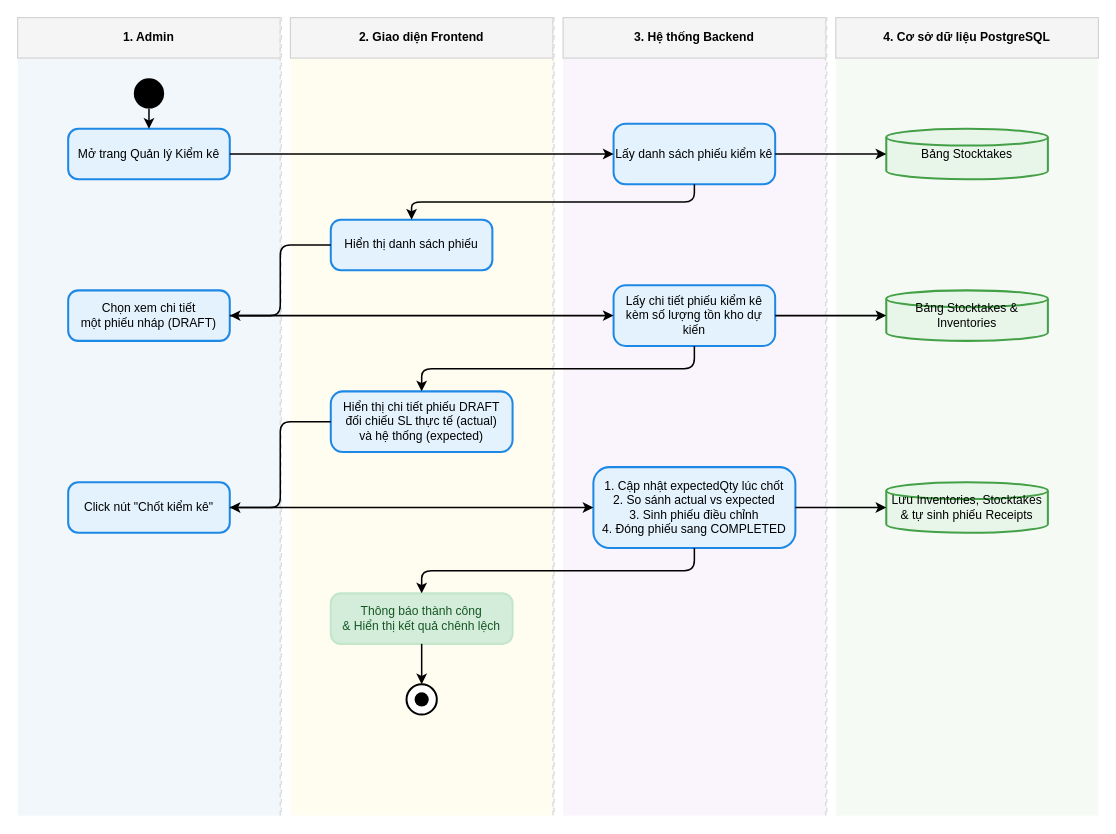
The draw.io diagram diagrams/admin/chuc_nang_kiem_ke_kho_admin.drawio in Nghiatv2006/KhoHang, before the edit. Source tidied: cells renumbered, new cells numbered last; positions are measured from the earlier drawing's top-left corner, leaving out a move shared by most shapes. Both pictures are drawn from the tidied source at 101%, with x=0, y=0 at pixel (17, 17).
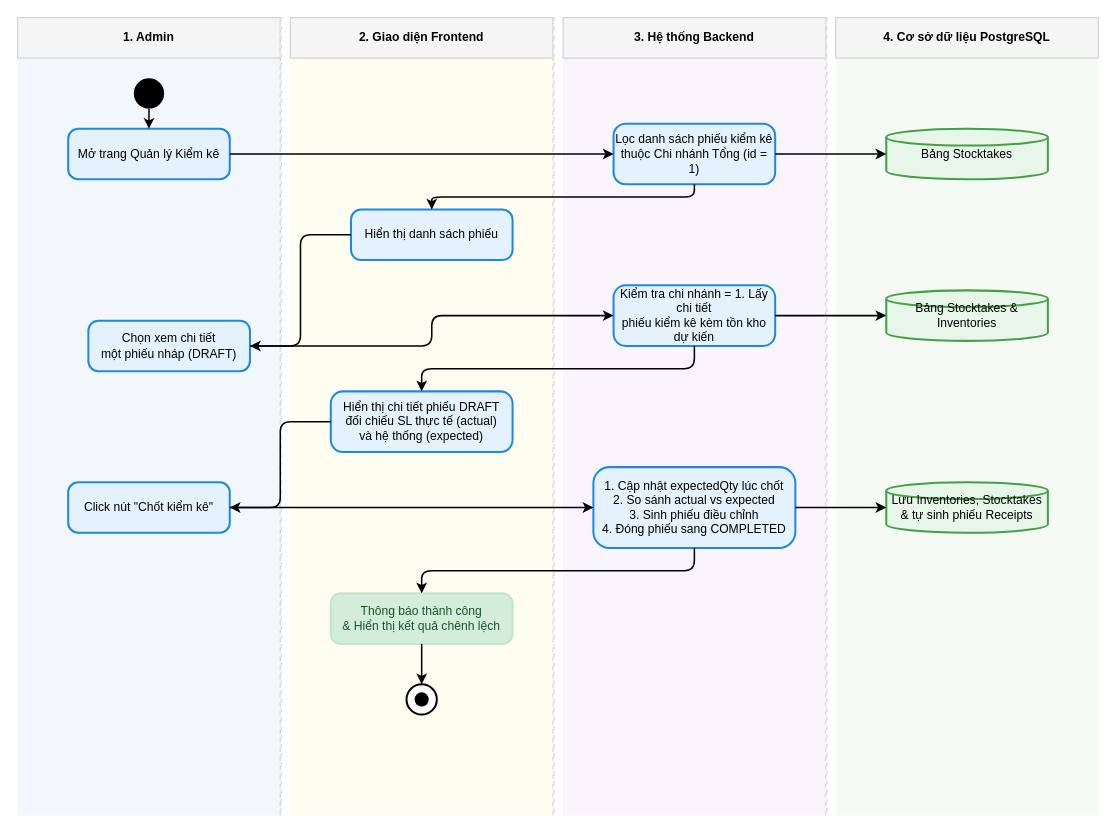
Above is the later version.

The edit, as a diff of the source:
```diff
@@
-    <mxCell id="15" value="Lấy danh sách phiếu kiểm kê" style="rounded=1;whiteSpace=wrap;html=1;arcSize=20;fillColor=#e3f2fd;strokeColor=#1e88e5;strokeWidth=2;fontColor=#000000;align=center;" parent="1" vertex="1">
+    <mxCell id="15" value="Lọc danh sách phiếu kiểm kê&lt;br/&gt;thuộc Chi nhánh Tổng (id = 1)" style="rounded=1;whiteSpace=wrap;html=1;arcSize=20;fillColor=#e3f2fd;strokeColor=#1e88e5;strokeWidth=2;fontColor=#000000;align=center;" parent="1" vertex="1">
       <mxGeometry x="590" y="105" width="160" height="60" as="geometry" />
     </mxCell>
@@
     <mxCell id="17" value="Hiển thị danh sách phiếu" style="rounded=1;whiteSpace=wrap;html=1;arcSize=20;fillColor=#e3f2fd;strokeColor=#1e88e5;strokeWidth=2;fontColor=#000000;align=center;" parent="1" vertex="1">
-      <mxGeometry x="310" y="200" width="160" height="50" as="geometry" />
+      <mxGeometry x="330" y="190" width="160" height="50" as="geometry" />
     </mxCell>
     <mxCell id="18" value="Chọn xem chi tiết&lt;br/&gt;một phiếu nháp (DRAFT)" style="rounded=1;whiteSpace=wrap;html=1;arcSize=20;fillColor=#e3f2fd;strokeColor=#1e88e5;strokeWidth=2;fontColor=#000000;align=center;" parent="1" vertex="1">
-      <mxGeometry x="50" y="270" width="160" height="50" as="geometry" />
+      <mxGeometry x="70" y="300" width="160" height="50" as="geometry" />
     </mxCell>
-    <mxCell id="19" value="Lấy chi tiết phiếu kiểm kê&lt;br/&gt;kèm số lượng tồn kho dự kiến" style="rounded=1;whiteSpace=wrap;html=1;arcSize=20;fillColor=#e3f2fd;strokeColor=#1e88e5;strokeWidth=2;fontColor=#000000;align=center;" parent="1" vertex="1">
+    <mxCell id="19" value="Kiểm tra chi nhánh = 1. Lấy chi tiết&lt;br/&gt;phiếu kiểm kê kèm tồn kho dự kiến" style="rounded=1;whiteSpace=wrap;html=1;arcSize=20;fillColor=#e3f2fd;strokeColor=#1e88e5;strokeWidth=2;fontColor=#000000;align=center;" parent="1" vertex="1">
       <mxGeometry x="590" y="265" width="160" height="60" as="geometry" />
     </mxCell>
```
